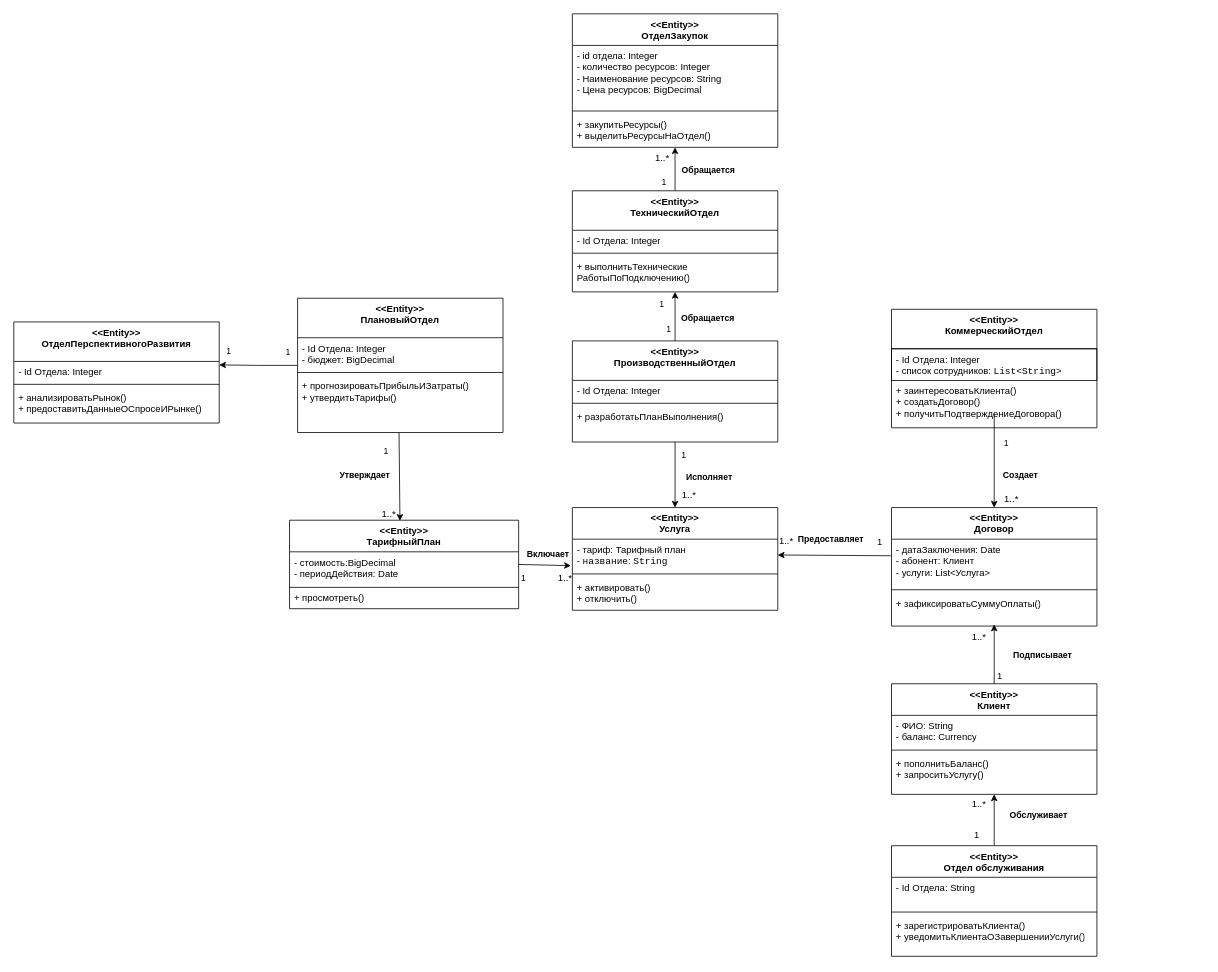
Alexander-Bankov/draw keeps this draw.io diagram as tpiws3.drawio. Above is the earlier version. Source tidied: cells renumbered, new cells numbered last; positions are measured from the earlier drawing's top-left corner, leaving out a move shared by most shapes. Both pictures are drawn from the tidied source at 79%, with x=0, y=0 at pixel (13, 13).
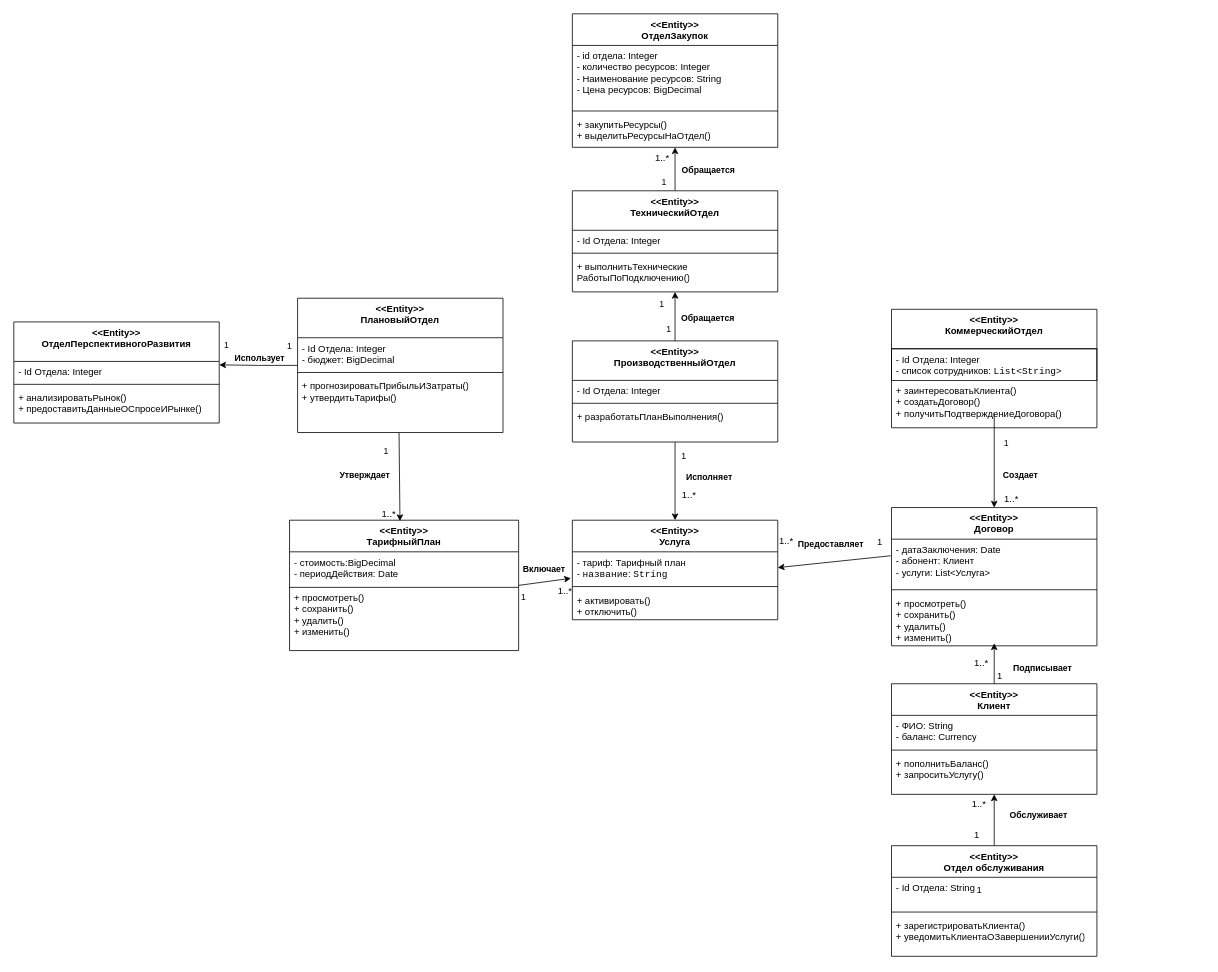
After the change.

Unchanged cells that the change refers to:
```xml
<mxCell id="51" style="endArrow=none;html=1;rounded=0;align=center;verticalAlign=top;endFill=0;labelBackgroundColor=none;entryX=1;entryY=0.5;entryDx=0;entryDy=0;strokeColor=default;exitX=-0.007;exitY=0.838;exitDx=0;exitDy=0;exitPerimeter=0;startArrow=classic;startFill=1;" parent="1" edge="1" source="23" target="29">
  <mxGeometry relative="1" as="geometry" />
</mxCell>
```

The edit, as a diff of the source:
```diff
@@
     <mxCell id="18" value="&lt;div&gt;&amp;lt;&amp;lt;Entity&amp;gt;&amp;gt;&lt;/div&gt;&lt;div&gt;&lt;span style=&quot;background-color: transparent; color: light-dark(rgb(0, 0, 0), rgb(255, 255, 255));&quot;&gt;Договор&lt;/span&gt;&lt;/div&gt;" style="swimlane;fontStyle=1;align=center;verticalAlign=top;horizontal=1;startSize=40;whiteSpace=wrap;html=1;" parent="1" vertex="1">
-      <mxGeometry x="1111" y="625" width="260" height="150" as="geometry" />
+      <mxGeometry x="1111" y="625" width="260" height="175" as="geometry" />
     </mxCell>
@@
-    <mxCell id="21" value="+ зафиксироватьСуммуОплаты()&lt;div&gt;&lt;br&gt;&lt;/div&gt;" style="text;strokeColor=none;fillColor=none;align=left;verticalAlign=top;spacingLeft=4;spacingRight=4;overflow=hidden;points=[[0,0.5],[1,0.5]];portConstraint=eastwest;whiteSpace=wrap;html=1;" parent="18" vertex="1">
-      <mxGeometry y="108" width="260" height="42" as="geometry" />
+    <mxCell id="21" value="&lt;div&gt;+ просмотреть()&lt;div&gt;+ сохранить()&lt;/div&gt;&lt;div&gt;+ удалить()&lt;/div&gt;&lt;div&gt;+ изменить()&lt;/div&gt;&lt;/div&gt;" style="text;strokeColor=none;fillColor=none;align=left;verticalAlign=top;spacingLeft=4;spacingRight=4;overflow=hidden;points=[[0,0.5],[1,0.5]];portConstraint=eastwest;whiteSpace=wrap;html=1;" parent="18" vertex="1">
+      <mxGeometry y="108" width="260" height="67" as="geometry" />
     </mxCell>
     <mxCell id="22" value="&lt;div&gt;&amp;lt;&amp;lt;Entity&amp;gt;&amp;gt;&lt;/div&gt;&lt;div&gt;&lt;span style=&quot;background-color: transparent; color: light-dark(rgb(0, 0, 0), rgb(255, 255, 255));&quot;&gt;Услуга&lt;/span&gt;&lt;/div&gt;" style="swimlane;fontStyle=1;align=center;verticalAlign=top;horizontal=1;startSize=40;whiteSpace=wrap;html=1;" parent="1" vertex="1">
-      <mxGeometry x="707" y="625" width="260" height="130" as="geometry" />
+      <mxGeometry x="707" y="641" width="260" height="126" as="geometry" />
     </mxCell>
@@
-    <mxCell id="25" value="+ активировать()&lt;div&gt;+ отключить()&lt;/div&gt;" style="text;strokeColor=none;fillColor=none;align=left;verticalAlign=top;spacingLeft=4;spacingRight=4;overflow=hidden;whiteSpace=wrap;html=1;" parent="22" vertex="1">
-      <mxGeometry y="88" width="260" height="42" as="geometry" />
+    <mxCell id="25" value="+ активировать()&lt;div&gt;+ отключить()&lt;/div&gt;&lt;div&gt;&lt;br&gt;&lt;/div&gt;" style="text;strokeColor=none;fillColor=none;align=left;verticalAlign=top;spacingLeft=4;spacingRight=4;overflow=hidden;whiteSpace=wrap;html=1;" parent="22" vertex="1">
+      <mxGeometry y="88" width="260" height="38" as="geometry" />
     </mxCell>
@@
     <mxCell id="29" value="&lt;div&gt;&amp;lt;&amp;lt;Entity&amp;gt;&amp;gt;&lt;/div&gt;&lt;div&gt;&lt;span style=&quot;background-color: transparent; color: light-dark(rgb(0, 0, 0), rgb(255, 255, 255));&quot;&gt;ТарифныйПлан&lt;/span&gt;&lt;/div&gt;" style="swimlane;fontStyle=1;align=center;verticalAlign=top;horizontal=1;startSize=40;whiteSpace=wrap;html=1;" parent="1" vertex="1">
-      <mxGeometry x="349" y="641" width="290" height="112" as="geometry" />
+      <mxGeometry x="349" y="641" width="290" height="165" as="geometry" />
     </mxCell>
@@
-    <mxCell id="32" value="+ просмотреть()" style="text;strokeColor=none;fillColor=none;align=left;verticalAlign=top;spacingLeft=4;spacingRight=4;overflow=hidden;whiteSpace=wrap;html=1;" parent="29" vertex="1">
-      <mxGeometry y="85" width="290" height="27" as="geometry" />
+    <mxCell id="32" value="+ просмотреть()&lt;div&gt;+ сохранить()&lt;/div&gt;&lt;div&gt;+ удалить()&lt;/div&gt;&lt;div&gt;+ изменить()&lt;/div&gt;" style="text;strokeColor=none;fillColor=none;align=left;verticalAlign=top;spacingLeft=4;spacingRight=4;overflow=hidden;whiteSpace=wrap;html=1;" parent="29" vertex="1">
+      <mxGeometry y="85" width="290" height="80" as="geometry" />
     </mxCell>
@@
     <mxCell id="55" value="&lt;b&gt;Включает&lt;/b&gt;" style="edgeLabel;html=1;align=center;verticalAlign=middle;" parent="51" vertex="1">
       <mxGeometry x="-0.31" relative="1" as="geometry">
-        <mxPoint x="-7" y="-14" as="offset" />
+        <mxPoint x="-12" y="-15" as="offset" />
       </mxGeometry>
     </mxCell>
@@
     <mxCell id="81" value="1" style="edgeLabel;html=1;align=center;verticalAlign=middle;" parent="1" vertex="1">
-      <mxGeometry x="479" y="603" as="geometry">
+      <mxGeometry x="481" y="596" as="geometry">
         <mxPoint x="-133" y="-176" as="offset" />
       </mxGeometry>
     </mxCell>
     <mxCell id="82" value="1" style="edgeLabel;html=1;align=center;verticalAlign=middle;" parent="1" vertex="1">
-      <mxGeometry x="451" y="614" as="geometry">
+      <mxGeometry x="448" y="606" as="geometry">
         <mxPoint x="-180" y="-188" as="offset" />
       </mxGeometry>
     </mxCell>
@@
     <mxCell id="89" value="1..*" style="html=1;align=left;verticalAlign=top;labelBackgroundColor=none;" parent="1" vertex="1">
-      <mxGeometry x="1211" y="775" as="geometry" />
+      <mxGeometry x="1214" y="808" as="geometry" />
     </mxCell>
@@
+    <mxCell id="93" value="&lt;b&gt;Использует&lt;/b&gt;" style="edgeLabel;html=1;align=center;verticalAlign=middle;" parent="1" vertex="1">
+      <mxGeometry x="310" y="435" as="geometry" />
+    </mxCell>
```
